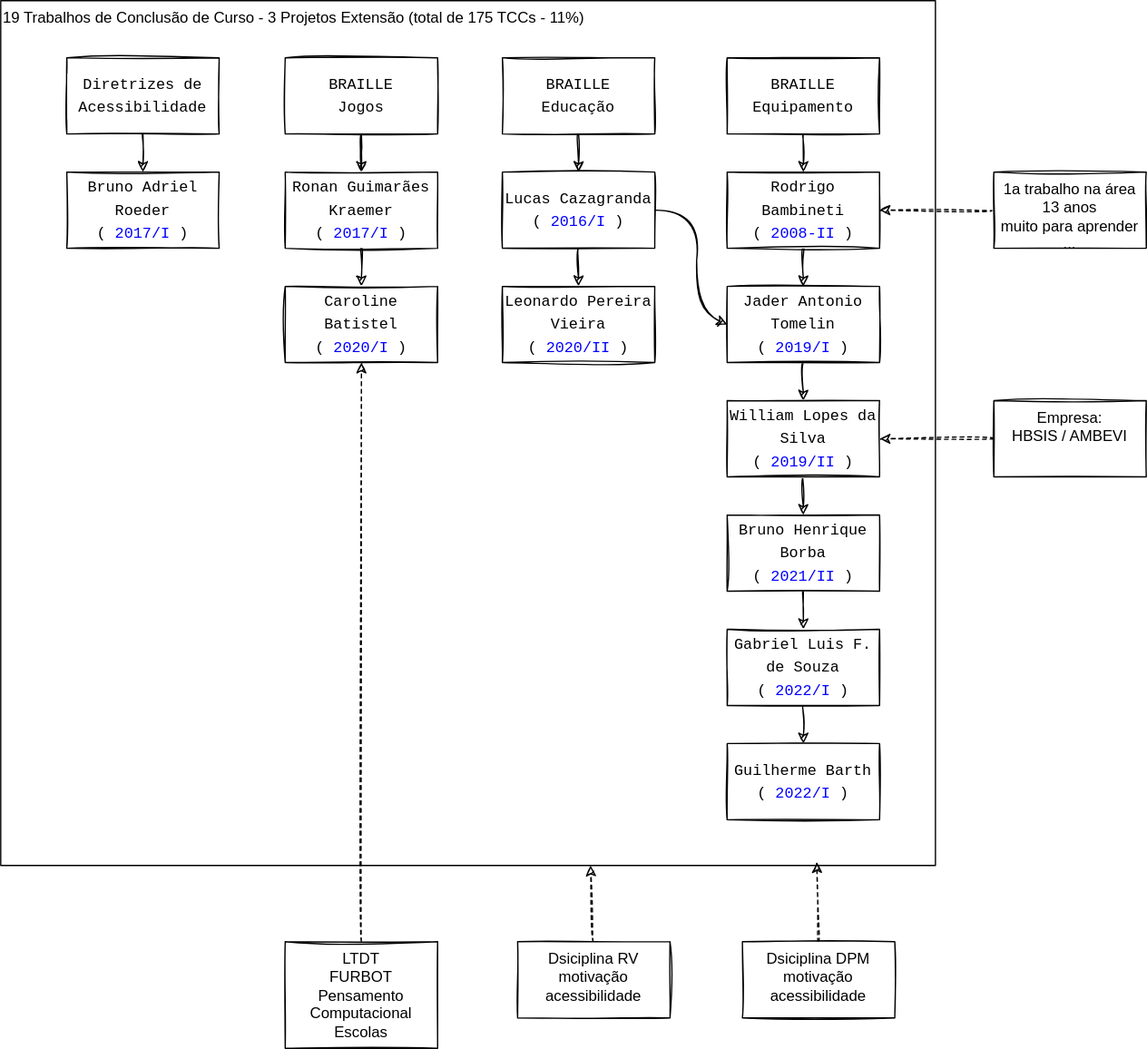
Before: Braille_VisaoGeral.drawio.svg, a diagram exported from draw.io (dalton-reis/programa_EducacaoEspecial). Source tidied: cells renumbered, new cells last; positions are measured from the earlier drawing's top-left corner, leaving out a move shared by most shapes.
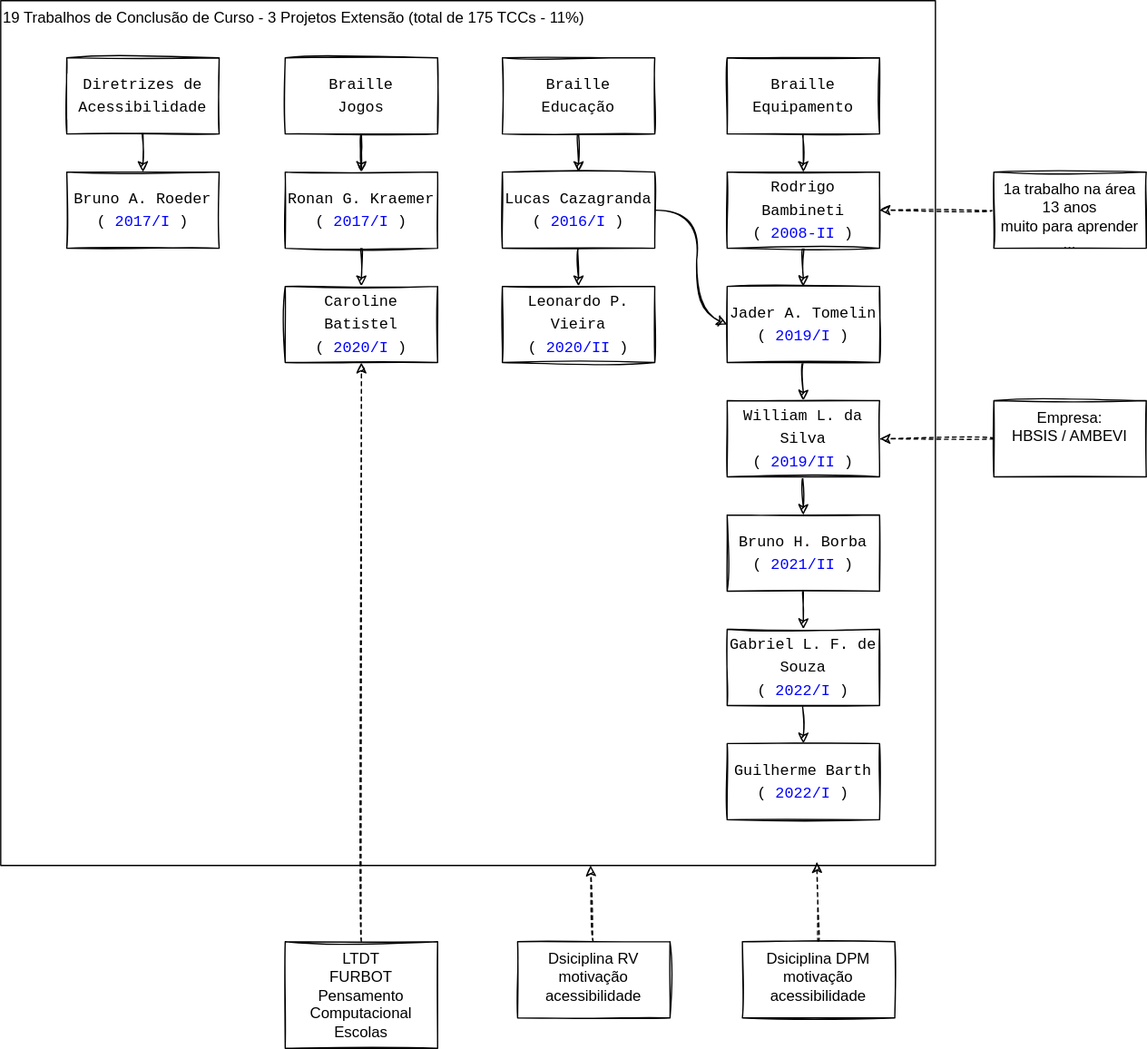
After the commit.

The edit, as a diff of the source:
```diff
@@ -13,3 +13,3 @@
     </mxCell>
-    <mxCell id="5" value="&lt;div style=&quot;font-family: &amp;#34;menlo&amp;#34; , &amp;#34;monaco&amp;#34; , &amp;#34;courier new&amp;#34; , monospace ; line-height: 18px&quot;&gt;Bruno Adriel Roeder&lt;/div&gt;&lt;div style=&quot;font-family: &amp;#34;menlo&amp;#34; , &amp;#34;monaco&amp;#34; , &amp;#34;courier new&amp;#34; , monospace ; line-height: 18px&quot;&gt;(&lt;span style=&quot;color: rgb(0 , 0 , 255) ; font-family: &amp;#34;menlo&amp;#34; , &amp;#34;monaco&amp;#34; , &amp;#34;courier new&amp;#34; , monospace&quot;&gt;2017/I&lt;/span&gt;&lt;span&gt;)&lt;/span&gt;&lt;/div&gt;" style="whiteSpace=wrap;html=1;sketch=1;" parent="1" vertex="1">
+    <mxCell id="5" value="&lt;div style=&quot;font-family: &amp;#34;menlo&amp;#34; , &amp;#34;monaco&amp;#34; , &amp;#34;courier new&amp;#34; , monospace ; line-height: 18px&quot;&gt;Bruno A. Roeder&lt;/div&gt;&lt;div style=&quot;font-family: &amp;#34;menlo&amp;#34; , &amp;#34;monaco&amp;#34; , &amp;#34;courier new&amp;#34; , monospace ; line-height: 18px&quot;&gt;(&lt;span style=&quot;color: rgb(0 , 0 , 255) ; font-family: &amp;#34;menlo&amp;#34; , &amp;#34;monaco&amp;#34; , &amp;#34;courier new&amp;#34; , monospace&quot;&gt;2017/I&lt;/span&gt;&lt;span&gt;)&lt;/span&gt;&lt;/div&gt;" style="whiteSpace=wrap;html=1;sketch=1;" parent="1" vertex="1">
       <mxGeometry x="52" y="135" width="120" height="60" as="geometry" />
@@ -19,3 +19,3 @@
     </mxCell>
-    <mxCell id="7" value="&lt;div style=&quot;font-family: &amp;#34;menlo&amp;#34; , &amp;#34;monaco&amp;#34; , &amp;#34;courier new&amp;#34; , monospace ; line-height: 18px&quot;&gt;BRAILLE&lt;/div&gt;&lt;div style=&quot;font-family: &amp;#34;menlo&amp;#34; , &amp;#34;monaco&amp;#34; , &amp;#34;courier new&amp;#34; , monospace ; line-height: 18px&quot;&gt;Educação&lt;/div&gt;" style="whiteSpace=wrap;html=1;sketch=1;" parent="1" vertex="1">
+    <mxCell id="7" value="&lt;div style=&quot;font-family: &amp;#34;menlo&amp;#34; , &amp;#34;monaco&amp;#34; , &amp;#34;courier new&amp;#34; , monospace ; line-height: 18px&quot;&gt;Braille&lt;br&gt;&lt;/div&gt;&lt;div style=&quot;font-family: &amp;#34;menlo&amp;#34; , &amp;#34;monaco&amp;#34; , &amp;#34;courier new&amp;#34; , monospace ; line-height: 18px&quot;&gt;Educação&lt;/div&gt;" style="whiteSpace=wrap;html=1;sketch=1;" parent="1" vertex="1">
       <mxGeometry x="395" y="45" width="120" height="60" as="geometry" />
@@ -39,3 +39,3 @@
     </mxCell>
-    <mxCell id="12" value="&lt;div style=&quot;font-family: &amp;#34;menlo&amp;#34; , &amp;#34;monaco&amp;#34; , &amp;#34;courier new&amp;#34; , monospace ; line-height: 18px&quot;&gt;BRAILLE&lt;/div&gt;&lt;div style=&quot;font-family: &amp;#34;menlo&amp;#34; , &amp;#34;monaco&amp;#34; , &amp;#34;courier new&amp;#34; , monospace ; line-height: 18px&quot;&gt;Equipamento&lt;/div&gt;" style="whiteSpace=wrap;html=1;sketch=1;" parent="1" vertex="1">
+    <mxCell id="12" value="&lt;div style=&quot;font-family: &amp;#34;menlo&amp;#34; , &amp;#34;monaco&amp;#34; , &amp;#34;courier new&amp;#34; , monospace ; line-height: 18px&quot;&gt;Braille&lt;br&gt;&lt;/div&gt;&lt;div style=&quot;font-family: &amp;#34;menlo&amp;#34; , &amp;#34;monaco&amp;#34; , &amp;#34;courier new&amp;#34; , monospace ; line-height: 18px&quot;&gt;Equipamento&lt;/div&gt;" style="whiteSpace=wrap;html=1;sketch=1;" parent="1" vertex="1">
       <mxGeometry x="572" y="45" width="120" height="60" as="geometry" />
@@ -51,3 +51,3 @@
     </mxCell>
-    <mxCell id="16" value="&lt;div style=&quot;font-family: &amp;#34;menlo&amp;#34; , &amp;#34;monaco&amp;#34; , &amp;#34;courier new&amp;#34; , monospace ; line-height: 18px&quot;&gt;&lt;div style=&quot;font-family: &amp;#34;menlo&amp;#34; , &amp;#34;monaco&amp;#34; , &amp;#34;courier new&amp;#34; , monospace ; line-height: 18px&quot;&gt;&lt;div style=&quot;font-family: &amp;#34;menlo&amp;#34; , &amp;#34;monaco&amp;#34; , &amp;#34;courier new&amp;#34; , monospace ; line-height: 18px&quot;&gt;Jader Antonio Tomelin&lt;/div&gt;&lt;div style=&quot;font-family: &amp;#34;menlo&amp;#34; , &amp;#34;monaco&amp;#34; , &amp;#34;courier new&amp;#34; , monospace ; line-height: 18px&quot;&gt;(&lt;span style=&quot;color: rgb(0 , 0 , 255) ; font-family: &amp;#34;menlo&amp;#34; , &amp;#34;monaco&amp;#34; , &amp;#34;courier new&amp;#34; , monospace&quot;&gt;2019/I&lt;/span&gt;&lt;span&gt;)&lt;/span&gt;&lt;/div&gt;&lt;/div&gt;&lt;/div&gt;" style="whiteSpace=wrap;html=1;sketch=1;" parent="1" vertex="1">
+    <mxCell id="16" value="&lt;div style=&quot;font-family: &amp;#34;menlo&amp;#34; , &amp;#34;monaco&amp;#34; , &amp;#34;courier new&amp;#34; , monospace ; line-height: 18px&quot;&gt;&lt;div style=&quot;font-family: &amp;#34;menlo&amp;#34; , &amp;#34;monaco&amp;#34; , &amp;#34;courier new&amp;#34; , monospace ; line-height: 18px&quot;&gt;&lt;div style=&quot;font-family: &amp;#34;menlo&amp;#34; , &amp;#34;monaco&amp;#34; , &amp;#34;courier new&amp;#34; , monospace ; line-height: 18px&quot;&gt;Jader A. Tomelin&lt;/div&gt;&lt;div style=&quot;font-family: &amp;#34;menlo&amp;#34; , &amp;#34;monaco&amp;#34; , &amp;#34;courier new&amp;#34; , monospace ; line-height: 18px&quot;&gt;(&lt;span style=&quot;color: rgb(0 , 0 , 255) ; font-family: &amp;#34;menlo&amp;#34; , &amp;#34;monaco&amp;#34; , &amp;#34;courier new&amp;#34; , monospace&quot;&gt;2019/I&lt;/span&gt;&lt;span&gt;)&lt;/span&gt;&lt;/div&gt;&lt;/div&gt;&lt;/div&gt;" style="whiteSpace=wrap;html=1;sketch=1;" parent="1" vertex="1">
       <mxGeometry x="572" y="225" width="120" height="60" as="geometry" />
@@ -59,3 +59,3 @@
     </mxCell>
-    <mxCell id="18" value="&lt;div style=&quot;font-family: &amp;#34;menlo&amp;#34; , &amp;#34;monaco&amp;#34; , &amp;#34;courier new&amp;#34; , monospace ; line-height: 18px&quot;&gt;BRAILLE&lt;/div&gt;&lt;div style=&quot;font-family: &amp;#34;menlo&amp;#34; , &amp;#34;monaco&amp;#34; , &amp;#34;courier new&amp;#34; , monospace ; line-height: 18px&quot;&gt;Jogos&lt;/div&gt;" style="whiteSpace=wrap;html=1;sketch=1;" parent="1" vertex="1">
+    <mxCell id="18" value="&lt;div style=&quot;font-family: &amp;#34;menlo&amp;#34; , &amp;#34;monaco&amp;#34; , &amp;#34;courier new&amp;#34; , monospace ; line-height: 18px&quot;&gt;Braille&lt;/div&gt;&lt;div style=&quot;font-family: &amp;#34;menlo&amp;#34; , &amp;#34;monaco&amp;#34; , &amp;#34;courier new&amp;#34; , monospace ; line-height: 18px&quot;&gt;Jogos&lt;/div&gt;" style="whiteSpace=wrap;html=1;sketch=1;" parent="1" vertex="1">
       <mxGeometry x="224" y="45" width="120" height="60" as="geometry" />
@@ -68,6 +68,6 @@
     </mxCell>
-    <mxCell id="21" value="&lt;div style=&quot;font-family: &amp;#34;menlo&amp;#34; , &amp;#34;monaco&amp;#34; , &amp;#34;courier new&amp;#34; , monospace ; line-height: 18px&quot;&gt;&lt;div style=&quot;font-family: &amp;#34;menlo&amp;#34; , &amp;#34;monaco&amp;#34; , &amp;#34;courier new&amp;#34; , monospace ; line-height: 18px&quot;&gt;&lt;div style=&quot;font-family: &amp;#34;menlo&amp;#34; , &amp;#34;monaco&amp;#34; , &amp;#34;courier new&amp;#34; , monospace ; line-height: 18px&quot;&gt;Ronan Guimarães Kraemer&lt;/div&gt;&lt;div style=&quot;font-family: &amp;#34;menlo&amp;#34; , &amp;#34;monaco&amp;#34; , &amp;#34;courier new&amp;#34; , monospace ; line-height: 18px&quot;&gt;(&lt;span style=&quot;color: rgb(0 , 0 , 255) ; font-family: &amp;#34;menlo&amp;#34; , &amp;#34;monaco&amp;#34; , &amp;#34;courier new&amp;#34; , monospace&quot;&gt;2017/I&lt;/span&gt;&lt;span&gt;)&lt;/span&gt;&lt;/div&gt;&lt;/div&gt;&lt;/div&gt;" style="whiteSpace=wrap;html=1;sketch=1;" parent="1" vertex="1">
+    <mxCell id="21" value="&lt;div style=&quot;font-family: &amp;#34;menlo&amp;#34; , &amp;#34;monaco&amp;#34; , &amp;#34;courier new&amp;#34; , monospace ; line-height: 18px&quot;&gt;&lt;div style=&quot;font-family: &amp;#34;menlo&amp;#34; , &amp;#34;monaco&amp;#34; , &amp;#34;courier new&amp;#34; , monospace ; line-height: 18px&quot;&gt;&lt;div style=&quot;font-family: &amp;#34;menlo&amp;#34; , &amp;#34;monaco&amp;#34; , &amp;#34;courier new&amp;#34; , monospace ; line-height: 18px&quot;&gt;Ronan G. Kraemer&lt;/div&gt;&lt;div style=&quot;font-family: &amp;#34;menlo&amp;#34; , &amp;#34;monaco&amp;#34; , &amp;#34;courier new&amp;#34; , monospace ; line-height: 18px&quot;&gt;(&lt;span style=&quot;color: rgb(0 , 0 , 255) ; font-family: &amp;#34;menlo&amp;#34; , &amp;#34;monaco&amp;#34; , &amp;#34;courier new&amp;#34; , monospace&quot;&gt;2017/I&lt;/span&gt;&lt;span&gt;)&lt;/span&gt;&lt;/div&gt;&lt;/div&gt;&lt;/div&gt;" style="whiteSpace=wrap;html=1;sketch=1;" parent="1" vertex="1">
       <mxGeometry x="224" y="135" width="120" height="60" as="geometry" />
     </mxCell>
-    <mxCell id="22" value="&lt;div style=&quot;font-family: &amp;#34;menlo&amp;#34; , &amp;#34;monaco&amp;#34; , &amp;#34;courier new&amp;#34; , monospace ; line-height: 18px&quot;&gt;&lt;div style=&quot;font-family: &amp;#34;menlo&amp;#34; , &amp;#34;monaco&amp;#34; , &amp;#34;courier new&amp;#34; , monospace ; line-height: 18px&quot;&gt;&lt;div style=&quot;font-family: &amp;#34;menlo&amp;#34; , &amp;#34;monaco&amp;#34; , &amp;#34;courier new&amp;#34; , monospace ; line-height: 18px&quot;&gt;Leonardo Pereira Vieira&lt;/div&gt;&lt;div style=&quot;font-family: &amp;#34;menlo&amp;#34; , &amp;#34;monaco&amp;#34; , &amp;#34;courier new&amp;#34; , monospace ; line-height: 18px&quot;&gt;(&lt;span style=&quot;color: rgb(0 , 0 , 255) ; font-family: &amp;#34;menlo&amp;#34; , &amp;#34;monaco&amp;#34; , &amp;#34;courier new&amp;#34; , monospace&quot;&gt;2020/II&lt;/span&gt;&lt;span&gt;)&lt;/span&gt;&lt;/div&gt;&lt;/div&gt;&lt;/div&gt;" style="whiteSpace=wrap;html=1;sketch=1;" parent="1" vertex="1">
+    <mxCell id="22" value="&lt;div style=&quot;font-family: &amp;#34;menlo&amp;#34; , &amp;#34;monaco&amp;#34; , &amp;#34;courier new&amp;#34; , monospace ; line-height: 18px&quot;&gt;&lt;div style=&quot;font-family: &amp;#34;menlo&amp;#34; , &amp;#34;monaco&amp;#34; , &amp;#34;courier new&amp;#34; , monospace ; line-height: 18px&quot;&gt;&lt;div style=&quot;font-family: &amp;#34;menlo&amp;#34; , &amp;#34;monaco&amp;#34; , &amp;#34;courier new&amp;#34; , monospace ; line-height: 18px&quot;&gt;Leonardo P. Vieira&lt;/div&gt;&lt;div style=&quot;font-family: &amp;#34;menlo&amp;#34; , &amp;#34;monaco&amp;#34; , &amp;#34;courier new&amp;#34; , monospace ; line-height: 18px&quot;&gt;(&lt;span style=&quot;color: rgb(0 , 0 , 255) ; font-family: &amp;#34;menlo&amp;#34; , &amp;#34;monaco&amp;#34; , &amp;#34;courier new&amp;#34; , monospace&quot;&gt;2020/II&lt;/span&gt;&lt;span&gt;)&lt;/span&gt;&lt;/div&gt;&lt;/div&gt;&lt;/div&gt;" style="whiteSpace=wrap;html=1;sketch=1;" parent="1" vertex="1">
       <mxGeometry x="395" y="225" width="120" height="60" as="geometry" />
@@ -80,3 +80,3 @@
     </mxCell>
-    <mxCell id="25" value="&lt;div style=&quot;font-family: &amp;#34;menlo&amp;#34; , &amp;#34;monaco&amp;#34; , &amp;#34;courier new&amp;#34; , monospace ; line-height: 18px&quot;&gt;&lt;div style=&quot;font-family: &amp;#34;menlo&amp;#34; , &amp;#34;monaco&amp;#34; , &amp;#34;courier new&amp;#34; , monospace ; line-height: 18px&quot;&gt;&lt;div style=&quot;font-family: &amp;#34;menlo&amp;#34; , &amp;#34;monaco&amp;#34; , &amp;#34;courier new&amp;#34; , monospace ; line-height: 18px&quot;&gt;&lt;div style=&quot;font-family: &amp;#34;menlo&amp;#34; , &amp;#34;monaco&amp;#34; , &amp;#34;courier new&amp;#34; , monospace ; line-height: 18px&quot;&gt;William Lopes da Silva&lt;/div&gt;&lt;div style=&quot;font-family: &amp;#34;menlo&amp;#34; , &amp;#34;monaco&amp;#34; , &amp;#34;courier new&amp;#34; , monospace ; line-height: 18px&quot;&gt;(&lt;span style=&quot;color: rgb(0 , 0 , 255) ; font-family: &amp;#34;menlo&amp;#34; , &amp;#34;monaco&amp;#34; , &amp;#34;courier new&amp;#34; , monospace&quot;&gt;2019/II&lt;/span&gt;&lt;span&gt;)&lt;/span&gt;&lt;/div&gt;&lt;/div&gt;&lt;/div&gt;&lt;/div&gt;" style="whiteSpace=wrap;html=1;sketch=1;" parent="1" vertex="1">
+    <mxCell id="25" value="&lt;div style=&quot;font-family: &amp;#34;menlo&amp;#34; , &amp;#34;monaco&amp;#34; , &amp;#34;courier new&amp;#34; , monospace ; line-height: 18px&quot;&gt;&lt;div style=&quot;font-family: &amp;#34;menlo&amp;#34; , &amp;#34;monaco&amp;#34; , &amp;#34;courier new&amp;#34; , monospace ; line-height: 18px&quot;&gt;&lt;div style=&quot;font-family: &amp;#34;menlo&amp;#34; , &amp;#34;monaco&amp;#34; , &amp;#34;courier new&amp;#34; , monospace ; line-height: 18px&quot;&gt;&lt;div style=&quot;font-family: &amp;#34;menlo&amp;#34; , &amp;#34;monaco&amp;#34; , &amp;#34;courier new&amp;#34; , monospace ; line-height: 18px&quot;&gt;William L. da Silva&lt;/div&gt;&lt;div style=&quot;font-family: &amp;#34;menlo&amp;#34; , &amp;#34;monaco&amp;#34; , &amp;#34;courier new&amp;#34; , monospace ; line-height: 18px&quot;&gt;(&lt;span style=&quot;color: rgb(0 , 0 , 255) ; font-family: &amp;#34;menlo&amp;#34; , &amp;#34;monaco&amp;#34; , &amp;#34;courier new&amp;#34; , monospace&quot;&gt;2019/II&lt;/span&gt;&lt;span&gt;)&lt;/span&gt;&lt;/div&gt;&lt;/div&gt;&lt;/div&gt;&lt;/div&gt;" style="whiteSpace=wrap;html=1;sketch=1;" parent="1" vertex="1">
       <mxGeometry x="572" y="315" width="120" height="60" as="geometry" />
@@ -116,3 +116,3 @@
     </mxCell>
-    <mxCell id="37" value="&lt;div style=&quot;font-family: &amp;#34;menlo&amp;#34; , &amp;#34;monaco&amp;#34; , &amp;#34;courier new&amp;#34; , monospace ; line-height: 18px&quot;&gt;&lt;div style=&quot;font-family: &amp;#34;menlo&amp;#34; , &amp;#34;monaco&amp;#34; , &amp;#34;courier new&amp;#34; , monospace ; line-height: 18px&quot;&gt;&lt;div style=&quot;font-family: &amp;#34;menlo&amp;#34; , &amp;#34;monaco&amp;#34; , &amp;#34;courier new&amp;#34; , monospace ; line-height: 18px&quot;&gt;&lt;div style=&quot;font-family: &amp;#34;menlo&amp;#34; , &amp;#34;monaco&amp;#34; , &amp;#34;courier new&amp;#34; , monospace ; line-height: 18px&quot;&gt;&lt;span style=&quot;font-family: &amp;#34;menlo&amp;#34; , &amp;#34;monaco&amp;#34; , &amp;#34;courier new&amp;#34; , monospace&quot;&gt;Bruno Henrique Borba&lt;/span&gt;&lt;/div&gt;&lt;div style=&quot;font-family: &amp;#34;menlo&amp;#34; , &amp;#34;monaco&amp;#34; , &amp;#34;courier new&amp;#34; , monospace ; line-height: 18px&quot;&gt;&lt;span&gt;(&lt;/span&gt;&lt;span style=&quot;color: rgb(0 , 0 , 255)&quot;&gt;2021/II&lt;/span&gt;&lt;span&gt;)&lt;/span&gt;&lt;br&gt;&lt;/div&gt;&lt;/div&gt;&lt;/div&gt;&lt;/div&gt;" style="whiteSpace=wrap;html=1;sketch=1;" parent="1" vertex="1">
+    <mxCell id="37" value="&lt;div style=&quot;font-family: &amp;#34;menlo&amp;#34; , &amp;#34;monaco&amp;#34; , &amp;#34;courier new&amp;#34; , monospace ; line-height: 18px&quot;&gt;&lt;div style=&quot;font-family: &amp;#34;menlo&amp;#34; , &amp;#34;monaco&amp;#34; , &amp;#34;courier new&amp;#34; , monospace ; line-height: 18px&quot;&gt;&lt;div style=&quot;font-family: &amp;#34;menlo&amp;#34; , &amp;#34;monaco&amp;#34; , &amp;#34;courier new&amp;#34; , monospace ; line-height: 18px&quot;&gt;&lt;div style=&quot;font-family: &amp;#34;menlo&amp;#34; , &amp;#34;monaco&amp;#34; , &amp;#34;courier new&amp;#34; , monospace ; line-height: 18px&quot;&gt;&lt;span style=&quot;font-family: &amp;#34;menlo&amp;#34; , &amp;#34;monaco&amp;#34; , &amp;#34;courier new&amp;#34; , monospace&quot;&gt;Bruno H. Borba&lt;/span&gt;&lt;/div&gt;&lt;div style=&quot;font-family: &amp;#34;menlo&amp;#34; , &amp;#34;monaco&amp;#34; , &amp;#34;courier new&amp;#34; , monospace ; line-height: 18px&quot;&gt;&lt;span&gt;(&lt;/span&gt;&lt;span style=&quot;color: rgb(0 , 0 , 255)&quot;&gt;2021/II&lt;/span&gt;&lt;span&gt;)&lt;/span&gt;&lt;br&gt;&lt;/div&gt;&lt;/div&gt;&lt;/div&gt;&lt;/div&gt;" style="whiteSpace=wrap;html=1;sketch=1;" parent="1" vertex="1">
       <mxGeometry x="572" y="405" width="120" height="60" as="geometry" />
@@ -122,3 +122,3 @@
     </mxCell>
-    <mxCell id="39" value="&lt;div style=&quot;font-family: &amp;#34;menlo&amp;#34; , &amp;#34;monaco&amp;#34; , &amp;#34;courier new&amp;#34; , monospace ; line-height: 18px&quot;&gt;&lt;div style=&quot;font-family: &amp;#34;menlo&amp;#34; , &amp;#34;monaco&amp;#34; , &amp;#34;courier new&amp;#34; , monospace ; line-height: 18px&quot;&gt;&lt;div style=&quot;font-family: &amp;#34;menlo&amp;#34; , &amp;#34;monaco&amp;#34; , &amp;#34;courier new&amp;#34; , monospace ; line-height: 18px&quot;&gt;&lt;div style=&quot;font-family: &amp;#34;menlo&amp;#34; , &amp;#34;monaco&amp;#34; , &amp;#34;courier new&amp;#34; , monospace ; line-height: 18px&quot;&gt;&lt;div style=&quot;font-family: &amp;#34;menlo&amp;#34; , &amp;#34;monaco&amp;#34; , &amp;#34;courier new&amp;#34; , monospace ; line-height: 18px&quot;&gt;Gabriel Luis F. de Souza&lt;/div&gt;&lt;/div&gt;&lt;div style=&quot;font-family: &amp;#34;menlo&amp;#34; , &amp;#34;monaco&amp;#34; , &amp;#34;courier new&amp;#34; , monospace ; line-height: 18px&quot;&gt;&lt;span&gt;(&lt;/span&gt;&lt;span style=&quot;color: rgb(0 , 0 , 255)&quot;&gt;2022/I&lt;/span&gt;&lt;span&gt;)&lt;/span&gt;&lt;br&gt;&lt;/div&gt;&lt;/div&gt;&lt;/div&gt;&lt;/div&gt;" style="whiteSpace=wrap;html=1;sketch=1;" parent="1" vertex="1">
+    <mxCell id="39" value="&lt;div style=&quot;font-family: &amp;#34;menlo&amp;#34; , &amp;#34;monaco&amp;#34; , &amp;#34;courier new&amp;#34; , monospace ; line-height: 18px&quot;&gt;&lt;div style=&quot;font-family: &amp;#34;menlo&amp;#34; , &amp;#34;monaco&amp;#34; , &amp;#34;courier new&amp;#34; , monospace ; line-height: 18px&quot;&gt;&lt;div style=&quot;font-family: &amp;#34;menlo&amp;#34; , &amp;#34;monaco&amp;#34; , &amp;#34;courier new&amp;#34; , monospace ; line-height: 18px&quot;&gt;&lt;div style=&quot;font-family: &amp;#34;menlo&amp;#34; , &amp;#34;monaco&amp;#34; , &amp;#34;courier new&amp;#34; , monospace ; line-height: 18px&quot;&gt;&lt;div style=&quot;font-family: &amp;#34;menlo&amp;#34; , &amp;#34;monaco&amp;#34; , &amp;#34;courier new&amp;#34; , monospace ; line-height: 18px&quot;&gt;Gabriel L. F. de Souza&lt;/div&gt;&lt;/div&gt;&lt;div style=&quot;font-family: &amp;#34;menlo&amp;#34; , &amp;#34;monaco&amp;#34; , &amp;#34;courier new&amp;#34; , monospace ; line-height: 18px&quot;&gt;&lt;span&gt;(&lt;/span&gt;&lt;span style=&quot;color: rgb(0 , 0 , 255)&quot;&gt;2022/I&lt;/span&gt;&lt;span&gt;)&lt;/span&gt;&lt;br&gt;&lt;/div&gt;&lt;/div&gt;&lt;/div&gt;&lt;/div&gt;" style="whiteSpace=wrap;html=1;sketch=1;" parent="1" vertex="1">
       <mxGeometry x="572" y="495" width="120" height="60" as="geometry" />
```
